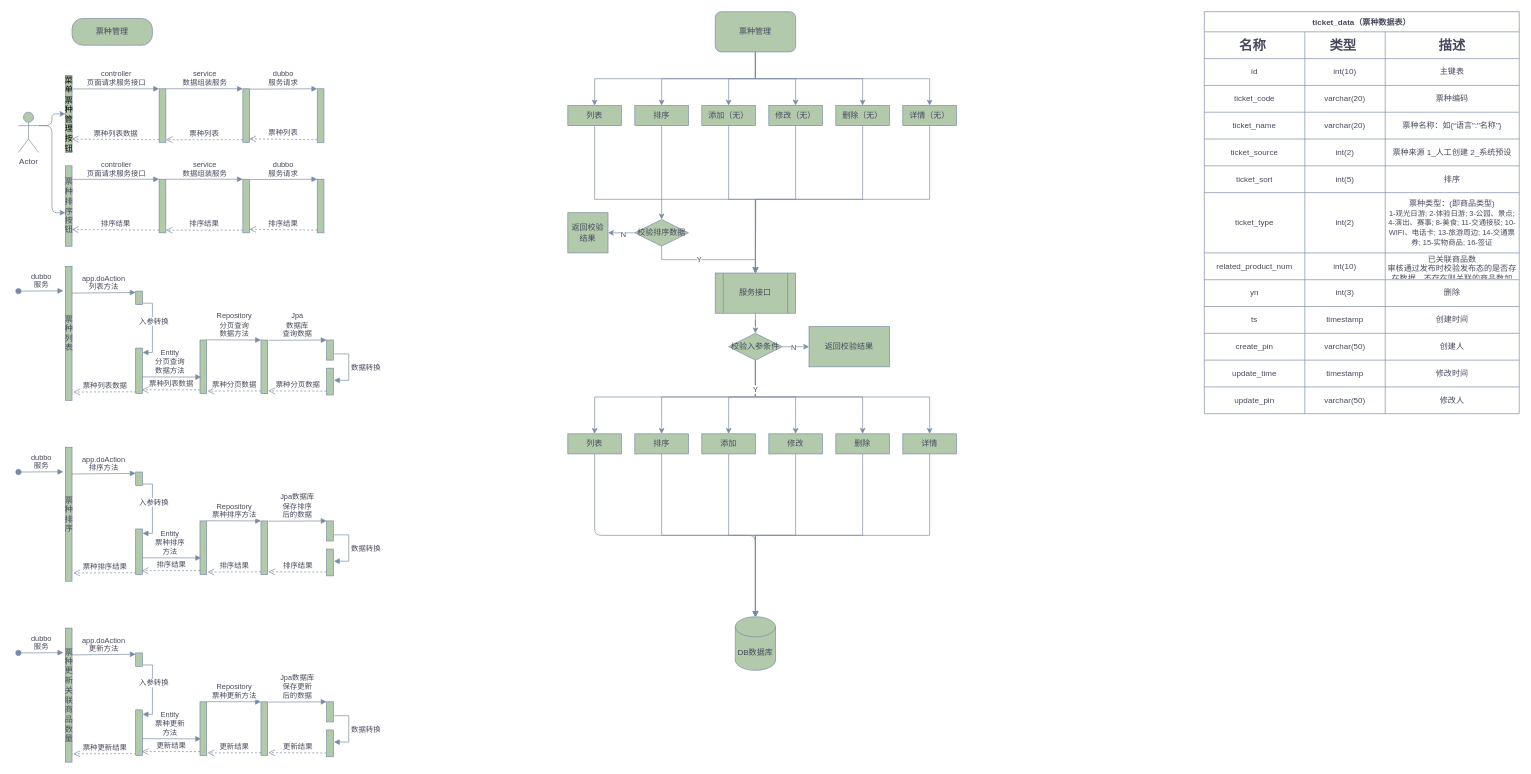
Before: page "票种管理" (1 of 2) of tour-product.drawio in liqiang0113/Project, a draw.io diagram. Source tidied: cells renumbered, new cells numbered last; positions are measured from the earlier drawing's top-left corner, leaving out a move shared by most shapes. Both pictures are drawn from the tidied source at 67%, with x=0, y=0 at pixel (18, 11).
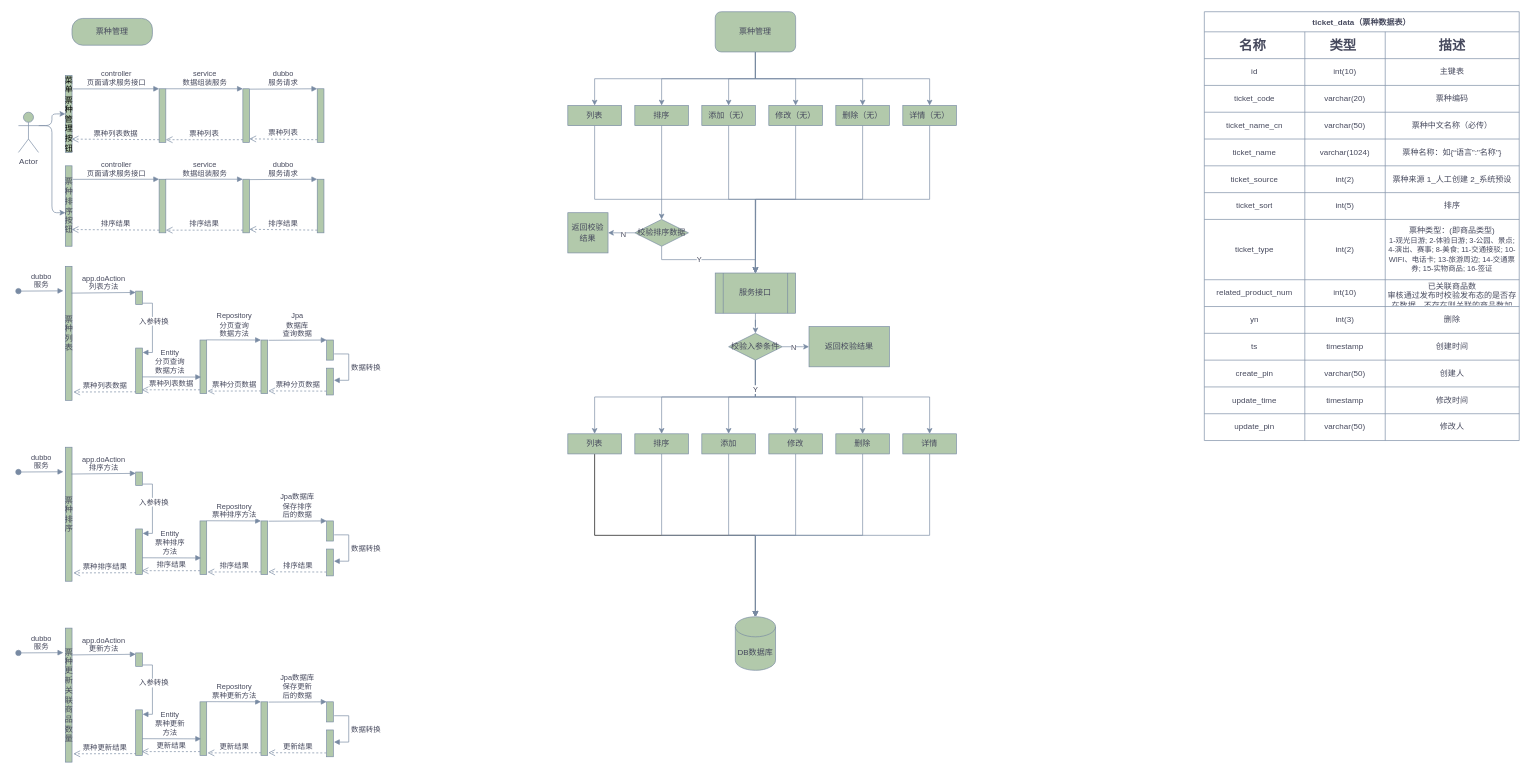
The same page after the edit.

Unchanged cells that the change refers to:
```xml
<mxCell id="29" value="列表" style="rounded=0;whiteSpace=wrap;html=1;fillColor=#B2C9AB;strokeColor=#788AA3;fontColor=#46495D;" parent="1" vertex="1">
  <mxGeometry x="820" y="630" width="80" height="30" as="geometry" />
</mxCell>
<mxCell id="52" value="DB数据库" style="shape=cylinder3;whiteSpace=wrap;html=1;boundedLbl=1;backgroundOutline=1;size=15;fillColor=#B2C9AB;strokeColor=#788AA3;fontColor=#46495D;" parent="1" vertex="1">
  <mxGeometry x="1070" y="903" width="60" height="80" as="geometry" />
</mxCell>
```

Diff of the diagram source:
```diff
@@
-    <mxCell id="28" style="edgeStyle=orthogonalEdgeStyle;curved=0;rounded=1;sketch=0;jettySize=auto;html=1;exitX=0.5;exitY=1;exitDx=0;exitDy=0;entryX=0.5;entryY=0;entryDx=0;entryDy=0;entryPerimeter=0;fontColor=#46495D;strokeColor=#788AA3;fillColor=#B2C9AB;" parent="1" edge="1" source="29" target="52">
+    <mxCell id="28" style="edgeStyle=orthogonalEdgeStyle;rounded=0;jettySize=auto;html=1;exitX=0.5;exitY=1;exitDx=0;exitDy=0;entryX=0.5;entryY=0;entryDx=0;entryDy=0;entryPerimeter=0;" parent="1" edge="1" source="29" target="52">
       <mxGeometry relative="1" as="geometry" />
     </mxCell>
@@
     <mxCell id="53" value="ticket_data（票种数据表）" style="shape=table;startSize=30;childLayout=tableLayout;fontStyle=1;align=center;swimlaneLine=1;strokeWidth=1;fillColor=none;fontColor=#46495D;strokeColor=#788AA3;" parent="1" vertex="1">
-      <mxGeometry x="1770" width="470" height="600" as="geometry" />
+      <mxGeometry x="1770" width="470" height="640" as="geometry" />
     </mxCell>
@@
+    <mxCell id="187" style="shape=tableRow;horizontal=0;startSize=0;swimlaneHead=0;swimlaneBody=0;top=0;left=0;bottom=0;right=0;fillColor=none;strokeColor=#788AA3;fontColor=#46495D;" parent="53" vertex="1">
+      <mxGeometry y="150" width="470" height="40" as="geometry" />
+    </mxCell>
+    <mxCell id="188" value="ticket_name_cn" style="shape=partialRectangle;html=1;whiteSpace=wrap;top=0;left=0;bottom=0;right=0;overflow=hidden;sketch=0;shadow=0;strokeWidth=1;fillColor=none;fontColor=#46495D;verticalAlign=middle;strokeColor=#788AA3;" parent="187" vertex="1">
+      <mxGeometry width="150" height="40" as="geometry" />
+    </mxCell>
+    <mxCell id="189" value="varchar(50)" style="shape=partialRectangle;html=1;whiteSpace=wrap;top=0;left=0;bottom=0;right=0;overflow=hidden;sketch=0;strokeWidth=1;fillColor=none;fontColor=#46495D;verticalAlign=middle;strokeColor=#788AA3;" parent="187" vertex="1">
+      <mxGeometry x="150" width="120" height="40" as="geometry" />
+    </mxCell>
+    <mxCell id="190" value="票种中文名称（必传）" style="shape=partialRectangle;html=1;whiteSpace=wrap;top=0;left=0;bottom=0;right=0;overflow=hidden;strokeWidth=1;fillColor=none;fontColor=#46495D;verticalAlign=middle;strokeColor=#788AA3;" parent="187" vertex="1">
+      <mxGeometry x="270" width="200" height="40" as="geometry" />
+    </mxCell>
     <mxCell id="66" style="shape=tableRow;horizontal=0;startSize=0;swimlaneHead=0;swimlaneBody=0;top=0;left=0;bottom=0;right=0;fillColor=none;strokeColor=#788AA3;fontColor=#46495D;" parent="53" vertex="1">
-      <mxGeometry y="150" width="470" height="40" as="geometry" />
+      <mxGeometry y="190" width="470" height="40" as="geometry" />
     </mxCell>
@@
-    <mxCell id="68" value="varchar(20)" style="shape=partialRectangle;html=1;whiteSpace=wrap;top=0;left=0;bottom=0;right=0;overflow=hidden;sketch=0;strokeWidth=1;fillColor=none;fontColor=#46495D;verticalAlign=middle;strokeColor=#788AA3;" parent="66" vertex="1">
+    <mxCell id="68" value="varchar(1024)" style="shape=partialRectangle;html=1;whiteSpace=wrap;top=0;left=0;bottom=0;right=0;overflow=hidden;sketch=0;strokeWidth=1;fillColor=none;fontColor=#46495D;verticalAlign=middle;strokeColor=#788AA3;" parent="66" vertex="1">
       <mxGeometry x="150" width="120" height="40" as="geometry" />
     </mxCell>
@@
     <mxCell id="70" style="shape=tableRow;horizontal=0;startSize=0;swimlaneHead=0;swimlaneBody=0;top=0;left=0;bottom=0;right=0;fillColor=none;strokeColor=#788AA3;fontColor=#46495D;" parent="53" vertex="1">
-      <mxGeometry y="190" width="470" height="40" as="geometry" />
+      <mxGeometry y="230" width="470" height="40" as="geometry" />
     </mxCell>
@@
     <mxCell id="74" style="shape=tableRow;horizontal=0;startSize=0;swimlaneHead=0;swimlaneBody=0;top=0;left=0;bottom=0;right=0;fillColor=none;strokeColor=#788AA3;fontColor=#46495D;" parent="53" vertex="1">
-      <mxGeometry y="230" width="470" height="40" as="geometry" />
+      <mxGeometry y="270" width="470" height="40" as="geometry" />
     </mxCell>
@@
     <mxCell id="78" style="shape=tableRow;horizontal=0;startSize=0;swimlaneHead=0;swimlaneBody=0;top=0;left=0;bottom=0;right=0;fillColor=none;strokeColor=#788AA3;fontColor=#46495D;" parent="53" vertex="1">
-      <mxGeometry y="270" width="470" height="90" as="geometry" />
+      <mxGeometry y="310" width="470" height="90" as="geometry" />
     </mxCell>
@@
     <mxCell id="82" style="shape=tableRow;horizontal=0;startSize=0;swimlaneHead=0;swimlaneBody=0;top=0;left=0;bottom=0;right=0;fillColor=none;strokeColor=#788AA3;fontColor=#46495D;" parent="53" vertex="1">
-      <mxGeometry y="360" width="470" height="40" as="geometry" />
+      <mxGeometry y="400" width="470" height="40" as="geometry" />
     </mxCell>
@@
     <mxCell id="86" style="shape=tableRow;horizontal=0;startSize=0;swimlaneHead=0;swimlaneBody=0;top=0;left=0;bottom=0;right=0;fillColor=none;strokeColor=#788AA3;fontColor=#46495D;" parent="53" vertex="1">
-      <mxGeometry y="400" width="470" height="40" as="geometry" />
+      <mxGeometry y="440" width="470" height="40" as="geometry" />
     </mxCell>
@@
     <mxCell id="90" style="shape=tableRow;horizontal=0;startSize=0;swimlaneHead=0;swimlaneBody=0;top=0;left=0;bottom=0;right=0;fillColor=none;strokeColor=#788AA3;fontColor=#46495D;" parent="53" vertex="1">
-      <mxGeometry y="440" width="470" height="40" as="geometry" />
+      <mxGeometry y="480" width="470" height="40" as="geometry" />
     </mxCell>
@@
     <mxCell id="94" style="shape=tableRow;horizontal=0;startSize=0;swimlaneHead=0;swimlaneBody=0;top=0;left=0;bottom=0;right=0;fillColor=none;strokeColor=#788AA3;fontColor=#46495D;" parent="53" vertex="1">
-      <mxGeometry y="480" width="470" height="40" as="geometry" />
+      <mxGeometry y="520" width="470" height="40" as="geometry" />
     </mxCell>
@@
     <mxCell id="98" style="shape=tableRow;horizontal=0;startSize=0;swimlaneHead=0;swimlaneBody=0;top=0;left=0;bottom=0;right=0;fillColor=none;strokeColor=#788AA3;fontColor=#46495D;" parent="53" vertex="1">
-      <mxGeometry y="520" width="470" height="40" as="geometry" />
+      <mxGeometry y="560" width="470" height="40" as="geometry" />
     </mxCell>
@@
     <mxCell id="102" style="shape=tableRow;horizontal=0;startSize=0;swimlaneHead=0;swimlaneBody=0;top=0;left=0;bottom=0;right=0;fillColor=none;strokeColor=#788AA3;fontColor=#46495D;" parent="53" vertex="1">
-      <mxGeometry y="560" width="470" height="40" as="geometry" />
+      <mxGeometry y="600" width="470" height="40" as="geometry" />
     </mxCell>
```
